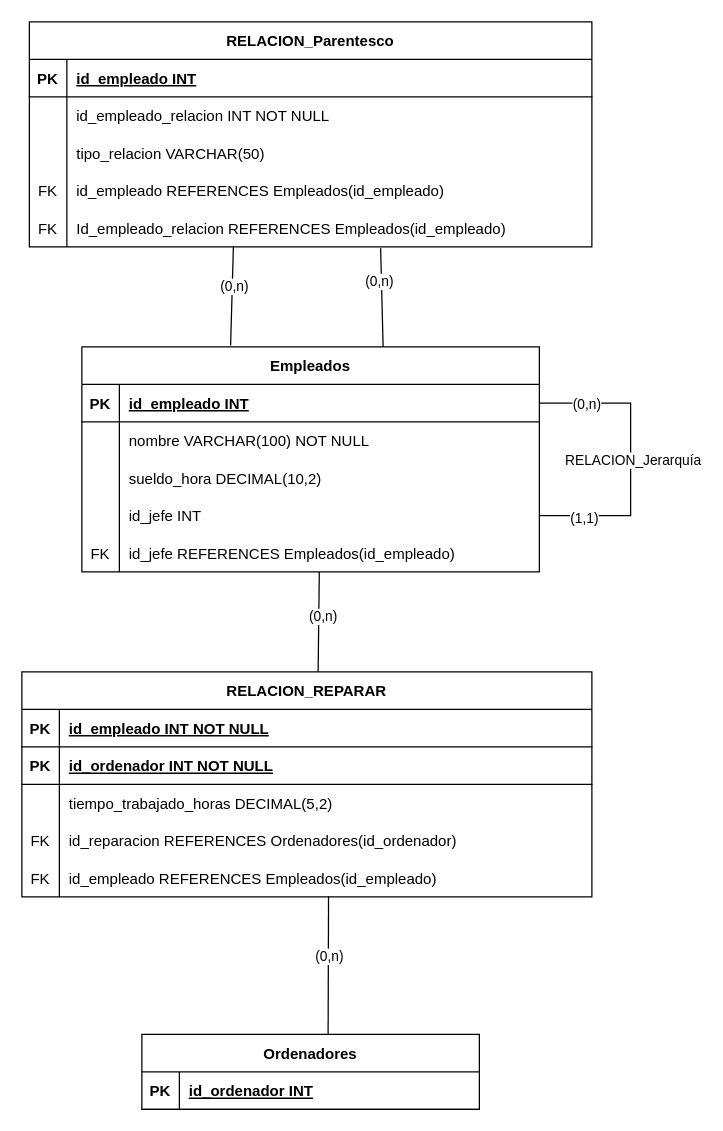
aloantony/TrabajosEnGrupoGII-DalilaTony keeps this draw.io diagram as IngenieríaDeSoftware/P2-A3/Diagrama E-R Ejercicio 1 P2-A3.drawio. Above is the earlier version. Source tidied: cells renumbered, new cells numbered last; positions are measured from the earlier drawing's top-left corner, leaving out a move shared by most shapes. Both pictures are drawn from the tidied source at 125%, with x=0, y=0 at pixel (21, 21).
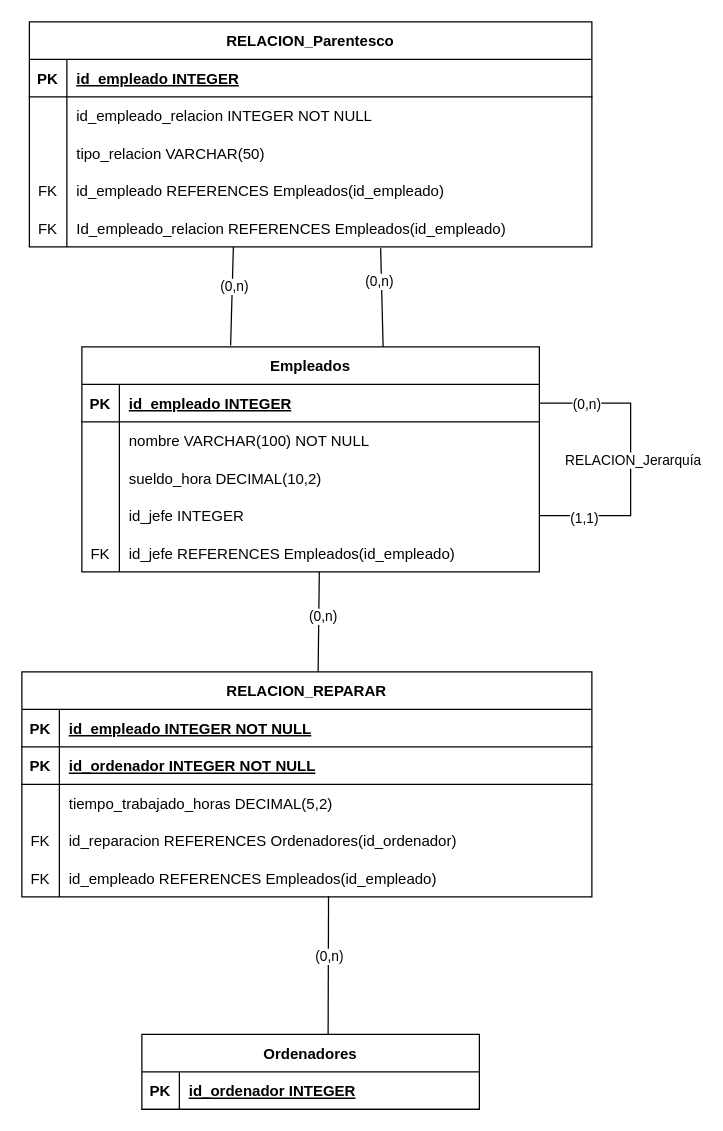
After the change.

Unchanged cells that the change refers to:
```xml
<mxCell id="3" style="shape=tableRow;horizontal=0;startSize=0;swimlaneHead=0;swimlaneBody=0;fillColor=none;points=[[0,0.5],[1,0.5]];portConstraint=eastwest;strokeColor=inherit;top=0;left=0;right=0;bottom=1;" parent="2" vertex="1">
  <mxGeometry y="30" width="366" height="30" as="geometry" />
</mxCell>
<mxCell id="12" style="shape=tableRow;horizontal=0;startSize=0;swimlaneHead=0;swimlaneBody=0;fillColor=none;points=[[0,0.5],[1,0.5]];portConstraint=eastwest;strokeColor=inherit;top=0;left=0;right=0;bottom=0;" parent="2" vertex="1">
  <mxGeometry y="120" width="366" height="30" as="geometry" />
</mxCell>
<mxCell id="23" style="shape=tableRow;horizontal=0;startSize=0;swimlaneHead=0;swimlaneBody=0;fillColor=none;strokeColor=inherit;top=0;left=0;right=0;bottom=1;" parent="22" vertex="1">
  <mxGeometry y="30" width="450" height="30" as="geometry" />
</mxCell>
<mxCell id="26" style="shape=tableRow;horizontal=0;startSize=0;swimlaneHead=0;swimlaneBody=0;fillColor=none;strokeColor=inherit;top=0;left=0;right=0;bottom=0;" parent="22" vertex="1">
  <mxGeometry y="60" width="450" height="30" as="geometry" />
</mxCell>
<mxCell id="39" style="shape=tableRow;horizontal=0;startSize=0;swimlaneHead=0;swimlaneBody=0;fillColor=none;strokeColor=inherit;top=0;left=0;right=0;bottom=1;" parent="38" vertex="1">
  <mxGeometry y="30" width="270" height="30" as="geometry" />
</mxCell>
<mxCell id="43" style="shape=tableRow;horizontal=0;startSize=0;swimlaneHead=0;swimlaneBody=0;fillColor=none;strokeColor=inherit;top=0;left=0;right=0;bottom=1;" parent="42" vertex="1">
  <mxGeometry y="30" width="456" height="30" as="geometry" />
</mxCell>
<mxCell id="46" style="shape=tableRow;horizontal=0;startSize=0;swimlaneHead=0;swimlaneBody=0;fillColor=none;strokeColor=inherit;top=0;left=0;right=0;bottom=1;" parent="42" vertex="1">
  <mxGeometry y="60" width="456" height="30" as="geometry" />
</mxCell>
```

The edit, as a diff of the source:
```diff
@@
-    <mxCell id="5" value="id_empleado INT" style="shape=partialRectangle;overflow=hidden;fillColor=none;align=left;strokeColor=inherit;top=0;left=0;bottom=0;right=0;spacingLeft=6;fontStyle=5;" parent="3" vertex="1">
+    <mxCell id="5" value="id_empleado INTEGER" style="shape=partialRectangle;overflow=hidden;fillColor=none;align=left;strokeColor=inherit;top=0;left=0;bottom=0;right=0;spacingLeft=6;fontStyle=5;" parent="3" vertex="1">
       <mxGeometry x="30" width="336" height="30" as="geometry" />
     </mxCell>
@@
-    <mxCell id="14" value="id_jefe INT " style="shape=partialRectangle;overflow=hidden;fillColor=none;align=left;strokeColor=inherit;top=0;left=0;bottom=0;right=0;spacingLeft=6;" parent="12" vertex="1">
+    <mxCell id="14" value="id_jefe INTEGER " style="shape=partialRectangle;overflow=hidden;fillColor=none;align=left;strokeColor=inherit;top=0;left=0;bottom=0;right=0;spacingLeft=6;" parent="12" vertex="1">
       <mxGeometry x="30" width="336" height="30" as="geometry" />
     </mxCell>
@@
-    <mxCell id="25" value="id_empleado INT" style="shape=partialRectangle;overflow=hidden;fillColor=none;align=left;strokeColor=inherit;top=0;left=0;bottom=0;right=0;spacingLeft=6;fontStyle=5;" parent="23" vertex="1">
+    <mxCell id="25" value="id_empleado INTEGER" style="shape=partialRectangle;overflow=hidden;fillColor=none;align=left;strokeColor=inherit;top=0;left=0;bottom=0;right=0;spacingLeft=6;fontStyle=5;" parent="23" vertex="1">
       <mxGeometry x="30" width="420" height="30" as="geometry" />
     </mxCell>
@@
-    <mxCell id="28" value="id_empleado_relacion INT NOT NULL" style="shape=partialRectangle;overflow=hidden;fillColor=none;align=left;strokeColor=inherit;top=0;left=0;bottom=0;right=0;spacingLeft=6;" parent="26" vertex="1">
+    <mxCell id="28" value="id_empleado_relacion INTEGER NOT NULL" style="shape=partialRectangle;overflow=hidden;fillColor=none;align=left;strokeColor=inherit;top=0;left=0;bottom=0;right=0;spacingLeft=6;" parent="26" vertex="1">
       <mxGeometry x="30" width="420" height="30" as="geometry" />
     </mxCell>
@@
-    <mxCell id="41" value="id_ordenador INT" style="shape=partialRectangle;overflow=hidden;fillColor=none;align=left;strokeColor=inherit;top=0;left=0;bottom=0;right=0;spacingLeft=6;fontStyle=5;" parent="39" vertex="1">
+    <mxCell id="41" value="id_ordenador INTEGER" style="shape=partialRectangle;overflow=hidden;fillColor=none;align=left;strokeColor=inherit;top=0;left=0;bottom=0;right=0;spacingLeft=6;fontStyle=5;" parent="39" vertex="1">
       <mxGeometry x="30" width="240" height="30" as="geometry" />
     </mxCell>
@@
-    <mxCell id="45" value="id_empleado INT NOT NULL" style="shape=partialRectangle;overflow=hidden;fillColor=none;align=left;strokeColor=inherit;top=0;left=0;bottom=0;right=0;spacingLeft=6;fontStyle=5;" parent="43" vertex="1">
+    <mxCell id="45" value="id_empleado INTEGER NOT NULL" style="shape=partialRectangle;overflow=hidden;fillColor=none;align=left;strokeColor=inherit;top=0;left=0;bottom=0;right=0;spacingLeft=6;fontStyle=5;" parent="43" vertex="1">
       <mxGeometry x="30" width="426" height="30" as="geometry" />
     </mxCell>
@@
-    <mxCell id="48" value="id_ordenador INT NOT NULL" style="shape=partialRectangle;overflow=hidden;fillColor=none;align=left;strokeColor=inherit;top=0;left=0;bottom=0;right=0;spacingLeft=6;fontStyle=5;" parent="46" vertex="1">
+    <mxCell id="48" value="id_ordenador INTEGER NOT NULL" style="shape=partialRectangle;overflow=hidden;fillColor=none;align=left;strokeColor=inherit;top=0;left=0;bottom=0;right=0;spacingLeft=6;fontStyle=5;" parent="46" vertex="1">
       <mxGeometry x="30" width="426" height="30" as="geometry" />
     </mxCell>
```
